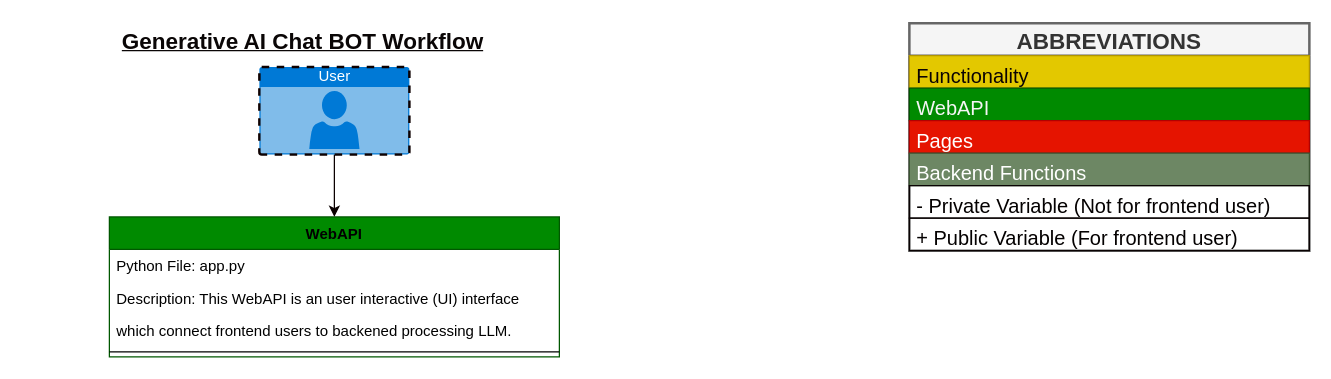
This is Project- GenAI_Chat_Bot/WorkFlow/ProjectWorkFlow.dio from amitoshacharya/Generative-AI-Project, a draw.io file, before an edit. Source tidied: cells renumbered, new cells numbered last; positions are measured from the earlier drawing's top-left corner, leaving out a move shared by most shapes. Both pictures are drawn from the tidied source at 125%, with x=0, y=0 at pixel (21, 22).
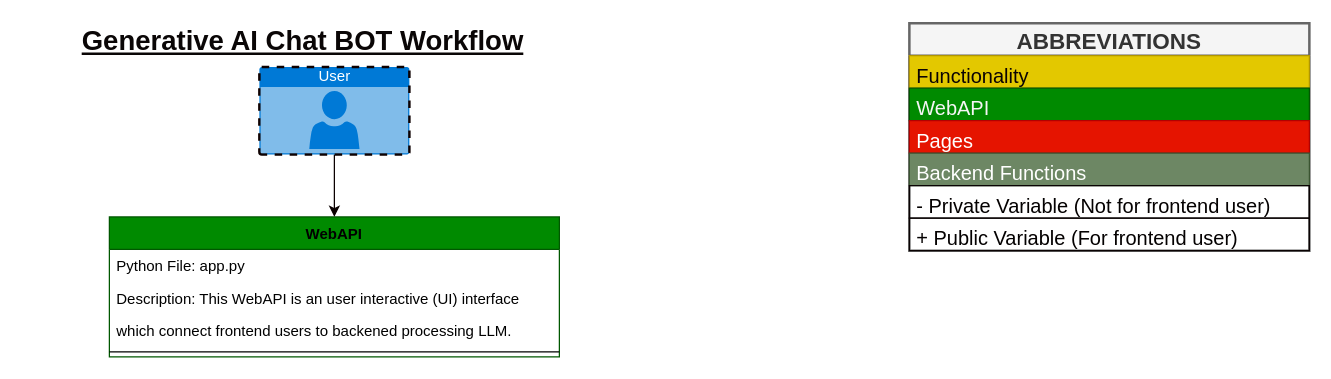
The same page after the edit.

Change to the diagram source:
```diff
@@
 <mxGraphModel background="#ffffff">
   <root>
     <mxCell id="0" />
     <mxCell id="1" parent="0" />
-    <mxCell id="2" value="&lt;span style=&quot;&quot;&gt;&lt;font style=&quot;font-size: 18px;&quot;&gt;&lt;b&gt;&lt;u&gt;Generative AI Chat BOT Workflow&lt;/u&gt;&lt;/b&gt;&lt;/font&gt;&lt;/span&gt;" style="text;html=1;strokeColor=none;fillColor=none;align=center;verticalAlign=middle;whiteSpace=wrap;rounded=0;labelBackgroundColor=none;fontColor=#0a0606;" parent="1" vertex="1">
+    <mxCell id="2" value="&lt;span style=&quot;font-size: 22px;&quot;&gt;&lt;font style=&quot;font-size: 22px;&quot;&gt;&lt;b style=&quot;font-size: 22px;&quot;&gt;&lt;u style=&quot;font-size: 22px;&quot;&gt;Generative AI Chat BOT Workflow&lt;/u&gt;&lt;/b&gt;&lt;/font&gt;&lt;/span&gt;" style="text;html=1;strokeColor=none;fillColor=none;align=center;verticalAlign=middle;whiteSpace=wrap;rounded=0;labelBackgroundColor=none;fontColor=#0a0606;fontSize=22;" parent="1" vertex="1">
       <mxGeometry width="450" height="30" as="geometry" />
     </mxCell>
     <mxCell id="3" value="WebAPI" style="swimlane;fontStyle=1;horizontal=1;startSize=26;fillColor=#008a00;strokeColor=#005700;fontColor=#000000;" parent="1" vertex="1">
       <mxGeometry x="70" y="155" width="360" height="112" as="geometry" />
     </mxCell>
     <mxCell id="4" value="Python File: app.py " style="text;strokeColor=none;fillColor=none;align=left;verticalAlign=top;spacingLeft=4;spacingRight=4;overflow=hidden;fontColor=#000000;" parent="3" vertex="1">
       <mxGeometry y="26" width="360" height="26" as="geometry" />
     </mxCell>
     <mxCell id="5" value="Description: This WebAPI is an user interactive (UI) interface " style="text;strokeColor=none;fillColor=none;align=left;verticalAlign=top;spacingLeft=4;spacingRight=4;overflow=hidden;fontColor=#000000;" parent="3" vertex="1">
       <mxGeometry y="52" width="360" height="26" as="geometry" />
     </mxCell>
     <mxCell id="6" value="             which connect frontend users to backened processing LLM." style="text;strokeColor=none;fillColor=none;align=left;verticalAlign=top;spacingLeft=4;spacingRight=4;overflow=hidden;fontColor=#000000;" parent="3" vertex="1">
       <mxGeometry y="78" width="360" height="26" as="geometry" />
     </mxCell>
     <mxCell id="7" style="line;strokeWidth=1;fillColor=none;align=left;verticalAlign=middle;spacingTop=-1;spacingLeft=3;spacingRight=3;labelPosition=right;fontColor=#000000;" parent="3" vertex="1">
       <mxGeometry y="104" width="360" height="8" as="geometry" />
     </mxCell>
     <mxCell id="8" style="edgeStyle=none;html=1;entryX=0.5;entryY=0;entryDx=0;entryDy=0;fontColor=#000000;strokeColor=#0a0000;" parent="1" edge="1" source="9" target="3">
       <mxGeometry relative="1" as="geometry" />
     </mxCell>
     <mxCell id="9" value="User" style="html=1;strokeColor=#0e0101;fillColor=#0079D6;labelPosition=center;verticalLabelPosition=middle;verticalAlign=top;align=center;fontSize=12;outlineConnect=0;spacingTop=-6;fontColor=#FFFFFF;sketch=0;shape=mxgraph.sitemap.user;dashed=1;strokeWidth=2;" parent="1" vertex="1">
       <mxGeometry x="190" y="35" width="120" height="70" as="geometry" />
     </mxCell>
     <mxCell id="10" value="ABBREVIATIONS" style="swimlane;fontStyle=1;horizontal=1;startSize=26;fontColor=#333333;labelBackgroundColor=none;fontSize=18;strokeWidth=2;strokeColor=#666666;fillColor=#f5f5f5;" parent="1" vertex="1">
       <mxGeometry x="710" width="320" height="182" as="geometry" />
     </mxCell>
     <mxCell id="11" value="Functionality" style="text;strokeColor=#B09500;fillColor=#e3c800;align=left;verticalAlign=top;spacingLeft=4;spacingRight=4;overflow=hidden;fontColor=#0b0404;fontSize=16;fontStyle=0;strokeWidth=1;" parent="10" vertex="1">
       <mxGeometry y="26" width="320" height="26" as="geometry" />
     </mxCell>
     <mxCell id="12" value="WebAPI" style="text;strokeColor=#005700;fillColor=#008a00;align=left;verticalAlign=top;spacingLeft=4;spacingRight=4;overflow=hidden;fontColor=#f5f5f5;fontSize=16;fontStyle=0;strokeWidth=1;" parent="10" vertex="1">
       <mxGeometry y="52" width="320" height="26" as="geometry" />
     </mxCell>
     <mxCell id="13" value="Pages" style="text;strokeColor=#B20000;fillColor=#e51400;align=left;verticalAlign=top;spacingLeft=4;spacingRight=4;overflow=hidden;fontColor=#ffffff;fontSize=16;fontStyle=0;strokeWidth=1;" parent="10" vertex="1">
       <mxGeometry y="78" width="320" height="26" as="geometry" />
     </mxCell>
     <mxCell id="14" value="Backend Functions" style="text;strokeColor=#3A5431;fillColor=#6d8764;align=left;verticalAlign=top;spacingLeft=4;spacingRight=4;overflow=hidden;fontColor=#ffffff;fontSize=16;fontStyle=0;strokeWidth=1;" parent="10" vertex="1">
       <mxGeometry y="104" width="320" height="26" as="geometry" />
     </mxCell>
     <mxCell id="15" value="- Private Variable (Not for frontend user)" style="text;strokeColor=#090202;fillColor=none;align=left;verticalAlign=top;spacingLeft=4;spacingRight=4;overflow=hidden;fontColor=#040101;fontSize=16;fontStyle=0;strokeWidth=1;" parent="10" vertex="1">
       <mxGeometry y="130" width="320" height="26" as="geometry" />
     </mxCell>
     <mxCell id="16" value="+ Public Variable (For frontend user)" style="text;strokeColor=#090202;fillColor=none;align=left;verticalAlign=top;spacingLeft=4;spacingRight=4;overflow=hidden;fontColor=#040101;fontSize=16;fontStyle=0;strokeWidth=1;" parent="10" vertex="1">
       <mxGeometry y="156" width="320" height="26" as="geometry" />
     </mxCell>
   </root>
 </mxGraphModel>
```
